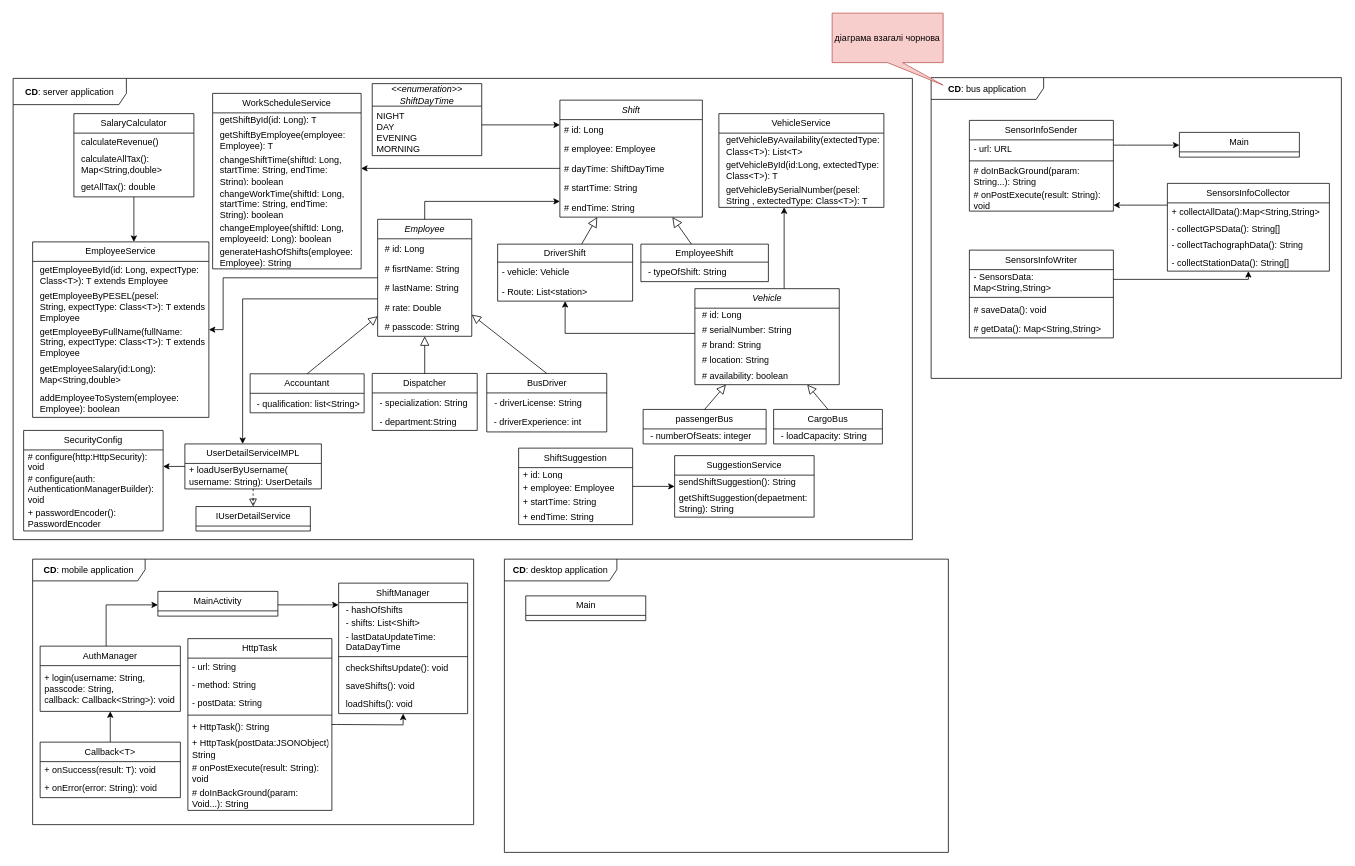
Before: page "Class diagram" (1 of 7) of UML-software-engineering.drawio in keshaParrot/ShiftMaster-UML-documentation, a draw.io diagram. Source tidied: cells renumbered, new cells numbered last; positions are measured from the earlier drawing's top-left corner, leaving out a move shared by most shapes. Both pictures are drawn from the tidied source at 75%, with x=0, y=0 at pixel (13, 13).
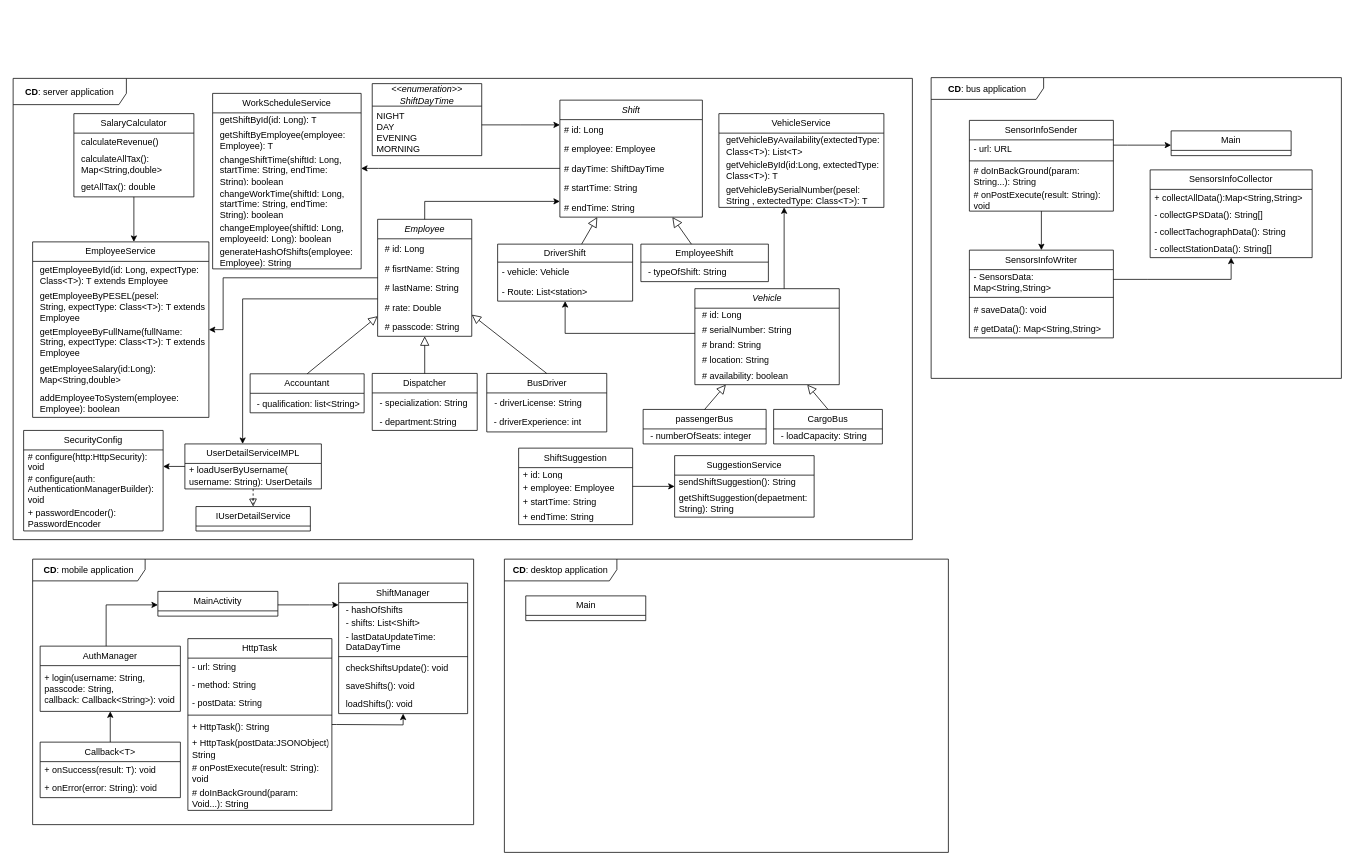
The same diagram, later.

Unchanged cells that the change refers to:
```xml
<mxCell id="124" value="&lt;b&gt;CD&lt;/b&gt;: bus application" style="shape=umlFrame;whiteSpace=wrap;html=1;width=150;height=29;" parent="1" vertex="1">
  <mxGeometry x="1224" y="86" width="547" height="401" as="geometry" />
</mxCell>
<mxCell id="126" value="SensorInfoSender" style="swimlane;fontStyle=0;horizontal=1;startSize=26;fillColor=none;whiteSpace=wrap;html=1;" parent="124" vertex="1">
  <mxGeometry x="51" y="57" width="192" height="121" as="geometry" />
</mxCell>
<mxCell id="139" value="SensorsInfoWriter" style="swimlane;fontStyle=0;horizontal=1;startSize=26;fillColor=none;whiteSpace=wrap;html=1;" parent="124" vertex="1">
  <mxGeometry x="51" y="230" width="192" height="117" as="geometry" />
</mxCell>
```

Diff of the diagram source:
```diff
@@
+    <mxCell id="145" style="edgeStyle=orthogonalEdgeStyle;rounded=0;jettySize=auto;html=1;" parent="124" edge="1" source="126" target="139">
+      <mxGeometry relative="1" as="geometry" />
+    </mxCell>
@@
     <mxCell id="131" value="Main" style="swimlane;fontStyle=0;horizontal=1;startSize=26;fillColor=none;whiteSpace=wrap;html=1;" parent="124" vertex="1">
-      <mxGeometry x="331" y="73" width="160" height="33" as="geometry" />
+      <mxGeometry x="320" y="71" width="160" height="33" as="geometry" />
     </mxCell>
-    <mxCell id="132" style="edgeStyle=orthogonalEdgeStyle;rounded=0;jettySize=auto;html=1;" parent="124" edge="1" source="133" target="126">
-      <mxGeometry relative="1" as="geometry">
-        <Array as="points">
-          <mxPoint x="262" y="170" />
-          <mxPoint x="262" y="170" />
-        </Array>
-      </mxGeometry>
-    </mxCell>
     <mxCell id="133" value="SensorsInfoCollector" style="swimlane;fontStyle=0;horizontal=1;startSize=26;fillColor=none;whiteSpace=wrap;html=1;" parent="124" vertex="1">
-      <mxGeometry x="315" y="141" width="216" height="117" as="geometry" />
+      <mxGeometry x="292" y="123" width="216" height="117" as="geometry" />
     </mxCell>
@@
-    <mxCell id="144" value="діаграма взагалі чорнова" style="shape=callout;whiteSpace=wrap;html=1;perimeter=calloutPerimeter;position2=1;fillColor=#f8cecc;strokeColor=#b85450;" parent="1" vertex="1">
-      <mxGeometry x="1092" width="148" height="96" as="geometry" />
-    </mxCell>
```
